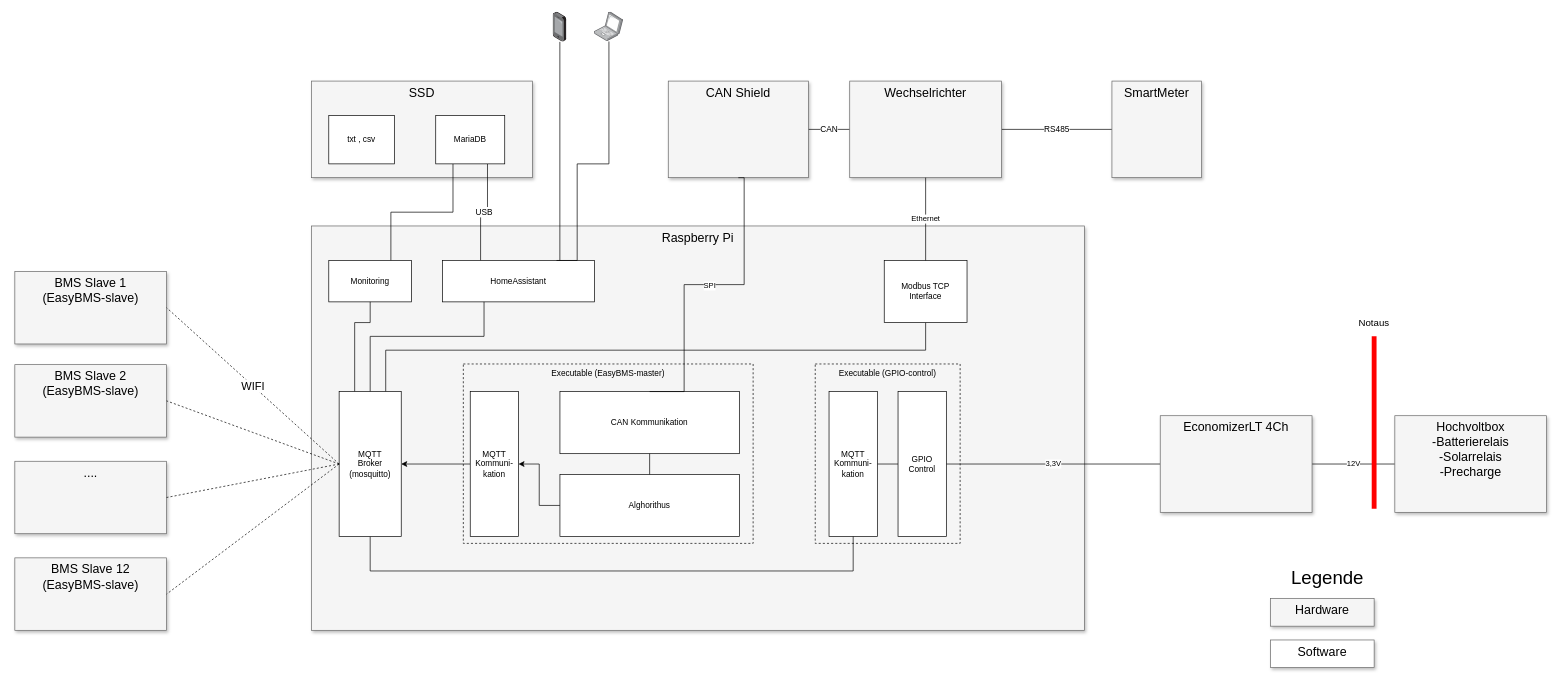
SunshadeCorp/EasyBMS-master keeps this draw.io diagram as system-overview.drawio. Above is the earlier version. Source tidied: cells renumbered, new cells numbered last; positions are measured from the earlier drawing's top-left corner, leaving out a move shared by most shapes. Both pictures are drawn from the tidied source at 69%, with x=0, y=0 at pixel (14, 12).
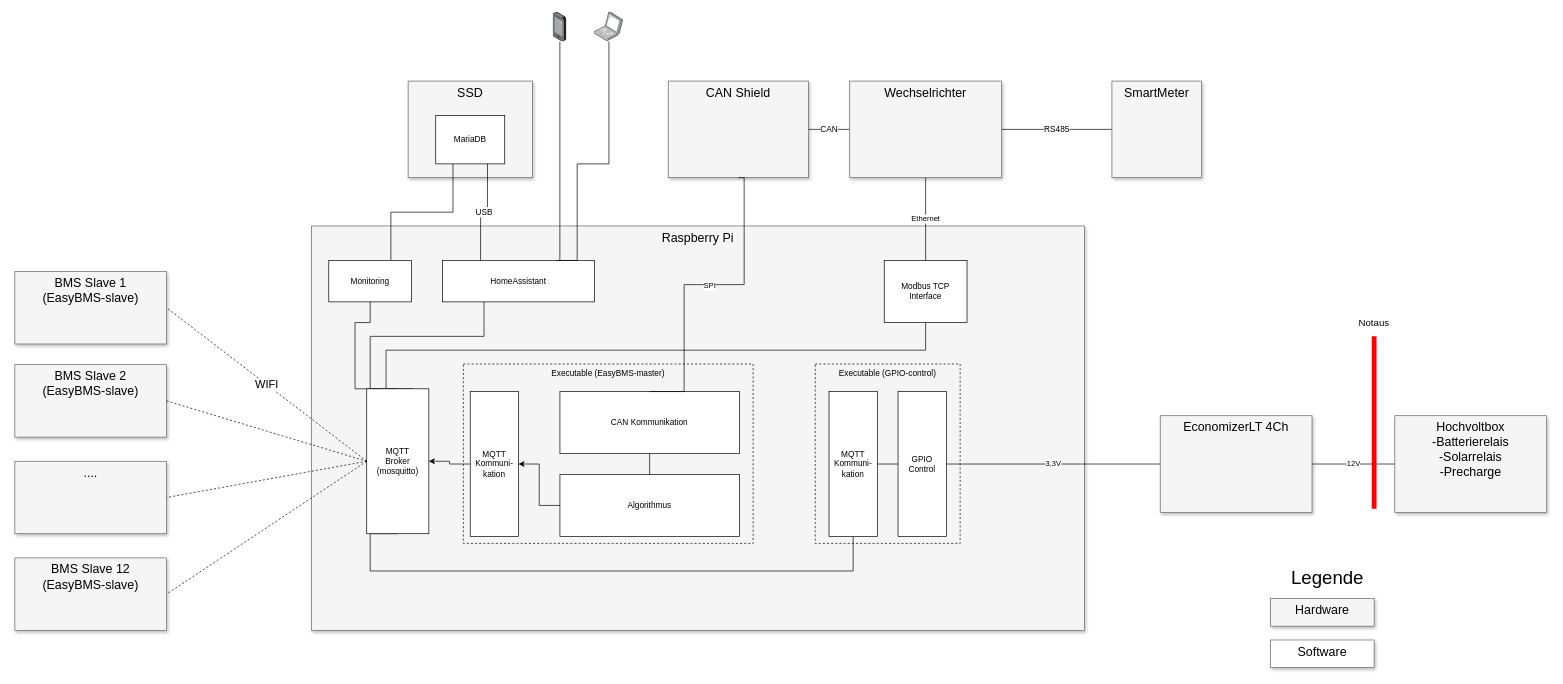
The same page after the edit.

Diff of the diagram source:
```diff
@@
     <mxCell id="6" value="SSD" style="whiteSpace=wrap;html=1;shadow=1;fontSize=18;fillColor=#f5f5f5;strokeColor=#666666;verticalAlign=top;" parent="1" vertex="1">
-      <mxGeometry x="430" y="100" width="320" height="140" as="geometry" />
+      <mxGeometry x="570" y="100" width="180" height="140" as="geometry" />
     </mxCell>
@@
-    <mxCell id="16" value="Alghorithus" style="rounded=0;whiteSpace=wrap;html=1;" parent="1" vertex="1">
+    <mxCell id="16" value="Algorithmus" style="rounded=0;whiteSpace=wrap;html=1;" parent="1" vertex="1">
       <mxGeometry x="790" y="670" width="260" height="90" as="geometry" />
     </mxCell>
@@
     <mxCell id="28" value="&lt;div&gt;MQTT&lt;/div&gt;&lt;div&gt;Broker&lt;/div&gt;&lt;div&gt;(mosquitto)&lt;br&gt;&lt;/div&gt;" style="rounded=0;whiteSpace=wrap;html=1;" parent="1" vertex="1">
-      <mxGeometry x="470" y="550" width="90" height="210" as="geometry" />
+      <mxGeometry x="510" y="546" width="90" height="210" as="geometry" />
     </mxCell>
@@
-    <mxCell id="40" value="&lt;div&gt;txt , csv&lt;/div&gt;" style="rounded=0;whiteSpace=wrap;html=1;" parent="1" vertex="1">
-      <mxGeometry x="455" y="150" width="95" height="70" as="geometry" />
-    </mxCell>
```
